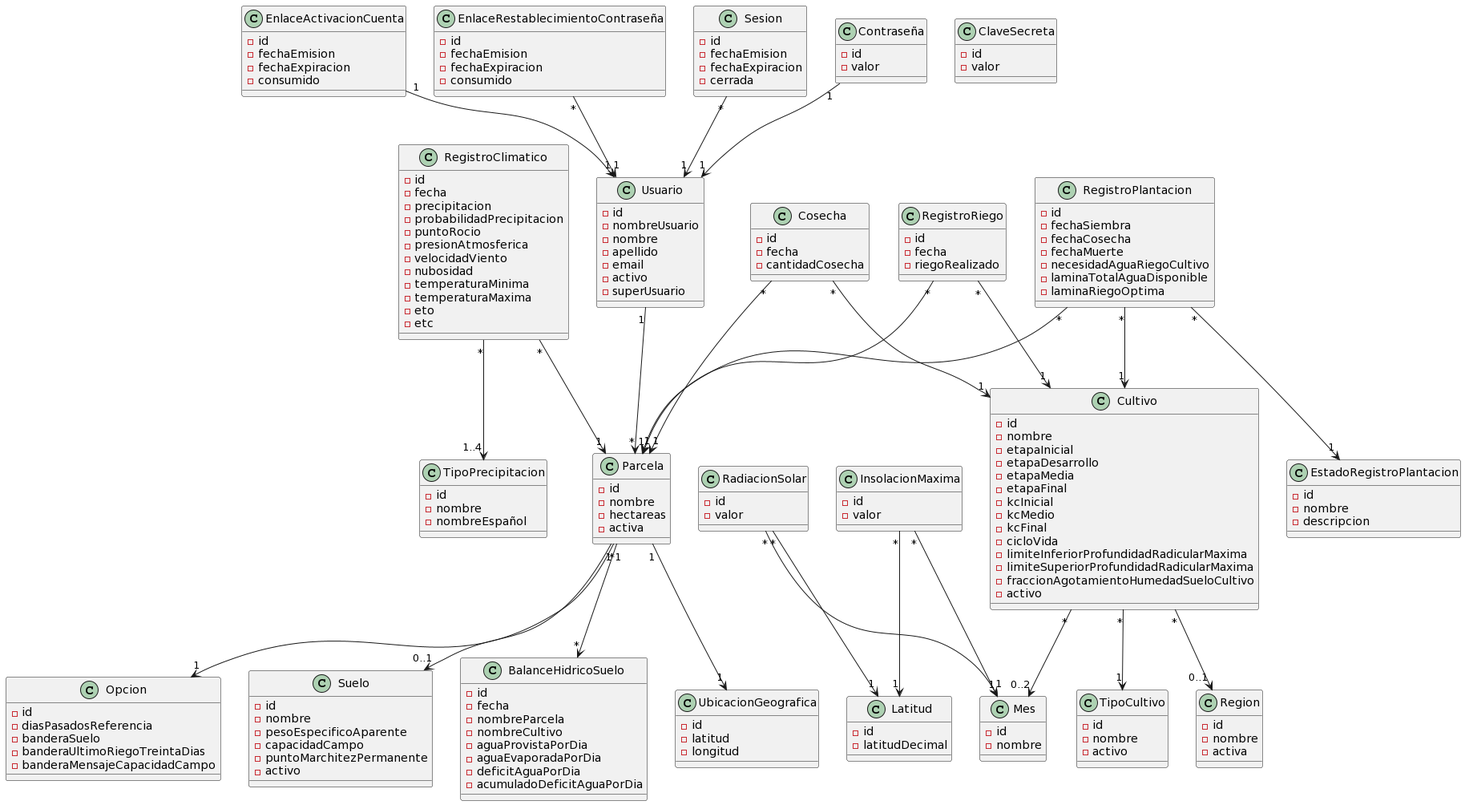
Before: docs/domain model/Modelo de dominio.png, a diagram exported from PlantUML (facundopaez-dev/sistema-web-riego).
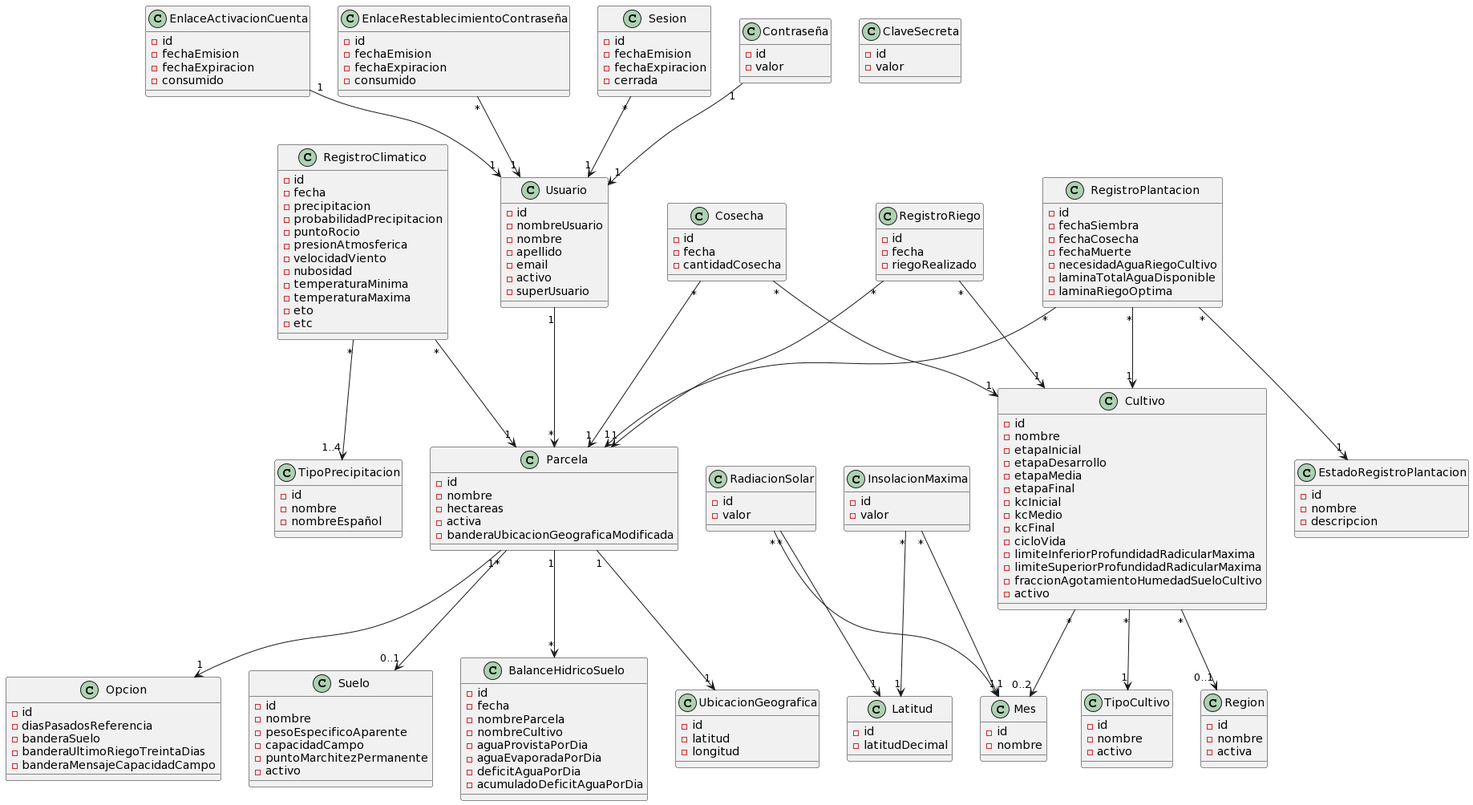
The same file after the commit.

What changed in the source:
```diff
@@ -30,6 +30,7 @@
 -nombre
 -hectareas
 -activa
+-banderaUbicacionGeograficaModificada
 }
 
 class UbicacionGeografica {
```
